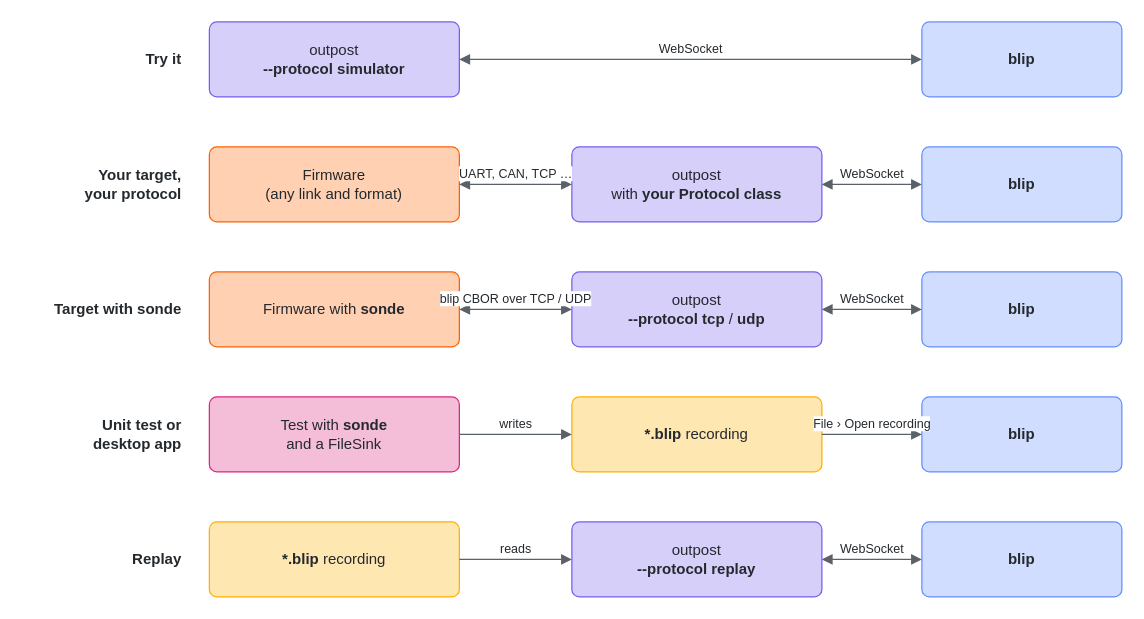
Earlier version of the draw.io diagram doc/source/diagrams/setups.drawio (stefanluethi/blip). Source tidied: cells renumbered, new cells numbered last; positions are measured from the earlier drawing's top-left corner, leaving out a move shared by most shapes. Both pictures are drawn from the tidied source at 125%, with x=0, y=0 at pixel (21, 21).
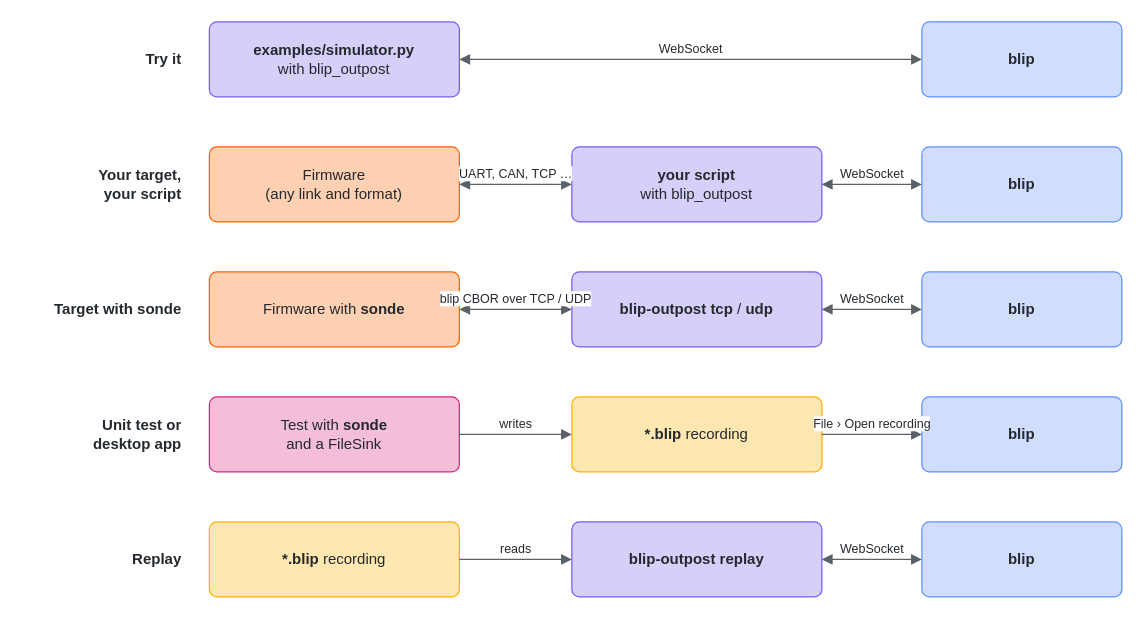
The same page after the edit.

The edit, as a diff of the source:
```diff
@@
-    <mxCell id="3" value="outpost&lt;br&gt;&lt;b&gt;--protocol simulator&lt;/b&gt;" style="fontColor=#24292e;fontFamily=Fira Sans,Helvetica,Arial,sans-serif;rounded=1;whiteSpace=wrap;html=1;arcSize=10;fillColor=#d6cffa;strokeColor=#785ef0;fontSize=12;" parent="1" vertex="1">
+    <mxCell id="3" value="&lt;b&gt;examples/simulator.py&lt;/b&gt;&lt;br&gt;with blip_outpost" style="fontColor=#24292e;fontFamily=Fira Sans,Helvetica,Arial,sans-serif;rounded=1;whiteSpace=wrap;html=1;arcSize=10;fillColor=#d6cffa;strokeColor=#785ef0;fontSize=12;" parent="1" vertex="1">
       <mxGeometry x="150" width="200" height="60" as="geometry" />
     </mxCell>
@@
-    <mxCell id="6" value="&lt;b&gt;Your target,&lt;br&gt;your protocol&lt;/b&gt;" style="fontColor=#24292e;fontFamily=Fira Sans,Helvetica,Arial,sans-serif;text;html=1;whiteSpace=wrap;align=center;verticalAlign=middle;fontSize=12;align=right;" parent="1" vertex="1">
+    <mxCell id="6" value="&lt;b&gt;Your target,&lt;br&gt;your script&lt;/b&gt;" style="fontColor=#24292e;fontFamily=Fira Sans,Helvetica,Arial,sans-serif;text;html=1;whiteSpace=wrap;align=center;verticalAlign=middle;fontSize=12;align=right;" parent="1" vertex="1">
       <mxGeometry y="100" width="130" height="60" as="geometry" />
     </mxCell>
@@
-    <mxCell id="8" value="outpost&lt;br&gt;with &lt;b&gt;your Protocol class&lt;/b&gt;" style="fontColor=#24292e;fontFamily=Fira Sans,Helvetica,Arial,sans-serif;rounded=1;whiteSpace=wrap;html=1;arcSize=10;fillColor=#d6cffa;strokeColor=#785ef0;fontSize=12;" parent="1" vertex="1">
+    <mxCell id="8" value="&lt;b&gt;your script&lt;/b&gt;&lt;br&gt;with blip_outpost" style="fontColor=#24292e;fontFamily=Fira Sans,Helvetica,Arial,sans-serif;rounded=1;whiteSpace=wrap;html=1;arcSize=10;fillColor=#d6cffa;strokeColor=#785ef0;fontSize=12;" parent="1" vertex="1">
       <mxGeometry x="440" y="100" width="200" height="60" as="geometry" />
     </mxCell>
@@
-    <mxCell id="14" value="outpost&lt;br&gt;&lt;b&gt;--protocol tcp&lt;/b&gt; / &lt;b&gt;udp&lt;/b&gt;" style="fontColor=#24292e;fontFamily=Fira Sans,Helvetica,Arial,sans-serif;rounded=1;whiteSpace=wrap;html=1;arcSize=10;fillColor=#d6cffa;strokeColor=#785ef0;fontSize=12;" parent="1" vertex="1">
+    <mxCell id="14" value="&lt;b&gt;blip-outpost tcp&lt;/b&gt; / &lt;b&gt;udp&lt;/b&gt;" style="fontColor=#24292e;fontFamily=Fira Sans,Helvetica,Arial,sans-serif;rounded=1;whiteSpace=wrap;html=1;arcSize=10;fillColor=#d6cffa;strokeColor=#785ef0;fontSize=12;" parent="1" vertex="1">
       <mxGeometry x="440" y="200" width="200" height="60" as="geometry" />
     </mxCell>
@@
-    <mxCell id="26" value="outpost&lt;br&gt;&lt;b&gt;--protocol replay&lt;/b&gt;" style="fontColor=#24292e;fontFamily=Fira Sans,Helvetica,Arial,sans-serif;rounded=1;whiteSpace=wrap;html=1;arcSize=10;fillColor=#d6cffa;strokeColor=#785ef0;fontSize=12;" parent="1" vertex="1">
+    <mxCell id="26" value="&lt;b&gt;blip-outpost replay&lt;/b&gt;" style="fontColor=#24292e;fontFamily=Fira Sans,Helvetica,Arial,sans-serif;rounded=1;whiteSpace=wrap;html=1;arcSize=10;fillColor=#d6cffa;strokeColor=#785ef0;fontSize=12;" parent="1" vertex="1">
       <mxGeometry x="440" y="400" width="200" height="60" as="geometry" />
     </mxCell>
```
